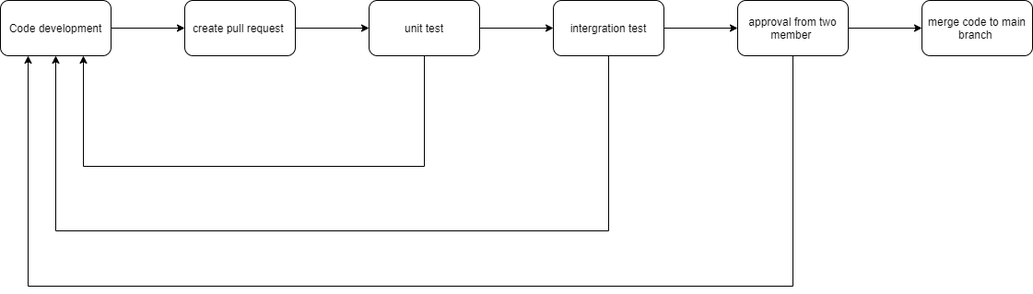
Big-Bytez/cse110-fa21-group19 keeps this draw.io diagram as admin/cipipeline/phase1.drawio.png. Above is the earlier version. Source tidied: cells renumbered, new cells last; positions are measured from the earlier drawing's top-left corner, leaving out a move shared by most shapes. The source it was exported from:
```xml
<mxGraphModel>
  <root>
    <mxCell id="0" />
    <mxCell id="1" parent="0" />
    <mxCell id="2" style="edgeStyle=orthogonalEdgeStyle;rounded=0;jettySize=auto;html=1;" parent="1" edge="1" source="3" target="5">
      <mxGeometry relative="1" as="geometry" />
    </mxCell>
    <mxCell id="3" value="Code development" style="rounded=1;whiteSpace=wrap;html=1;" parent="1" vertex="1">
      <mxGeometry width="120" height="60" as="geometry" />
    </mxCell>
    <mxCell id="4" style="edgeStyle=orthogonalEdgeStyle;rounded=0;jettySize=auto;html=1;" parent="1" edge="1" source="5" target="8">
      <mxGeometry relative="1" as="geometry" />
    </mxCell>
    <mxCell id="5" value="create pull request&amp;nbsp;" style="rounded=1;whiteSpace=wrap;html=1;" parent="1" vertex="1">
      <mxGeometry x="200" width="120" height="60" as="geometry" />
    </mxCell>
    <mxCell id="6" style="edgeStyle=orthogonalEdgeStyle;rounded=0;jettySize=auto;html=1;" parent="1" edge="1" source="8" target="11">
      <mxGeometry relative="1" as="geometry" />
    </mxCell>
    <mxCell id="7" style="edgeStyle=orthogonalEdgeStyle;rounded=0;jettySize=auto;html=1;exitX=0.5;exitY=1;exitDx=0;exitDy=0;entryX=0.75;entryY=1;entryDx=0;entryDy=0;" parent="1" edge="1" source="8" target="3">
      <mxGeometry relative="1" as="geometry">
        <Array as="points">
          <mxPoint x="460" y="180" />
          <mxPoint x="90" y="180" />
        </Array>
      </mxGeometry>
    </mxCell>
    <mxCell id="8" value="unit test" style="rounded=1;whiteSpace=wrap;html=1;" parent="1" vertex="1">
      <mxGeometry x="400" width="120" height="60" as="geometry" />
    </mxCell>
    <mxCell id="9" style="edgeStyle=orthogonalEdgeStyle;rounded=0;jettySize=auto;html=1;" parent="1" edge="1" source="11" target="14">
      <mxGeometry relative="1" as="geometry" />
    </mxCell>
    <mxCell id="10" style="edgeStyle=orthogonalEdgeStyle;rounded=0;jettySize=auto;html=1;exitX=0.5;exitY=1;exitDx=0;exitDy=0;entryX=0.5;entryY=1;entryDx=0;entryDy=0;" parent="1" edge="1" source="11" target="3">
      <mxGeometry relative="1" as="geometry">
        <Array as="points">
          <mxPoint x="660" y="250" />
          <mxPoint x="60" y="250" />
        </Array>
      </mxGeometry>
    </mxCell>
    <mxCell id="11" value="intergration test" style="rounded=1;whiteSpace=wrap;html=1;" parent="1" vertex="1">
      <mxGeometry x="600" width="120" height="60" as="geometry" />
    </mxCell>
    <mxCell id="12" style="edgeStyle=orthogonalEdgeStyle;rounded=0;jettySize=auto;html=1;exitX=0.5;exitY=1;exitDx=0;exitDy=0;entryX=0.25;entryY=1;entryDx=0;entryDy=0;" parent="1" edge="1" source="14" target="3">
      <mxGeometry relative="1" as="geometry">
        <Array as="points">
          <mxPoint x="860" y="310" />
          <mxPoint x="30" y="310" />
        </Array>
      </mxGeometry>
    </mxCell>
    <mxCell id="13" style="edgeStyle=orthogonalEdgeStyle;rounded=0;jettySize=auto;html=1;" parent="1" edge="1" source="14" target="15">
      <mxGeometry relative="1" as="geometry" />
    </mxCell>
    <mxCell id="14" value="approval from two member&amp;nbsp;" style="rounded=1;whiteSpace=wrap;html=1;" parent="1" vertex="1">
      <mxGeometry x="800" width="120" height="60" as="geometry" />
    </mxCell>
    <mxCell id="15" value="merge code to main branch&amp;nbsp;" style="whiteSpace=wrap;html=1;rounded=1;" parent="1" vertex="1">
      <mxGeometry x="1000" width="120" height="60" as="geometry" />
    </mxCell>
  </root>
</mxGraphModel>
```
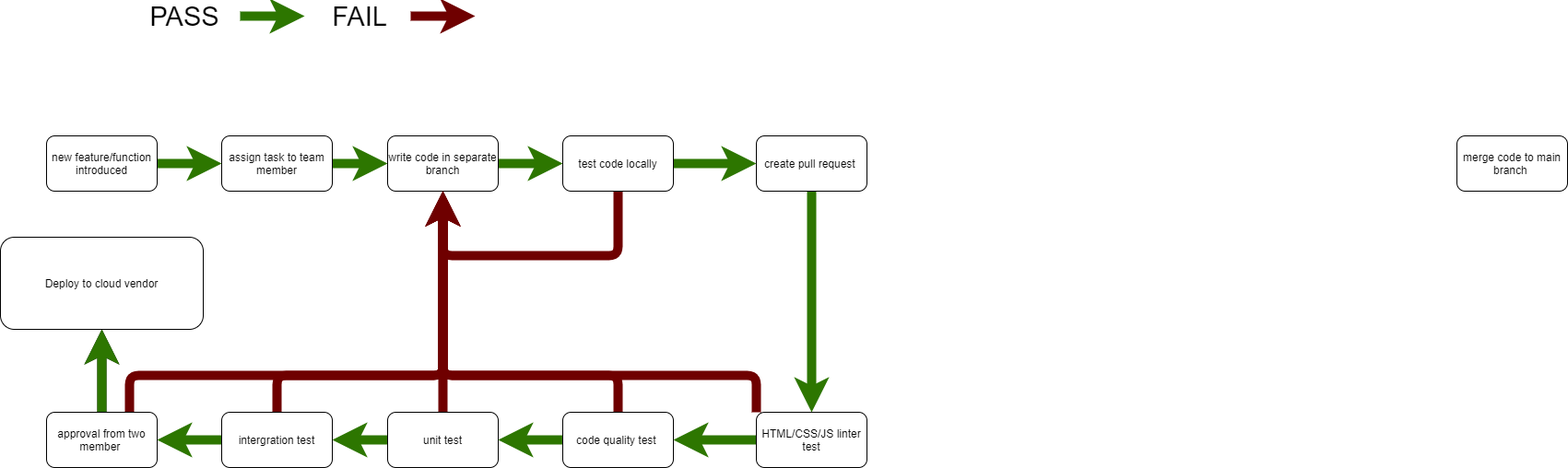
After the change.

Commit message:
updata cicd pipepline diagram

Change to the diagram source:
```diff
@@ -2,62 +2,143 @@
   <root>
     <mxCell id="0" />
     <mxCell id="1" parent="0" />
-    <mxCell id="2" style="edgeStyle=orthogonalEdgeStyle;rounded=0;jettySize=auto;html=1;" parent="1" edge="1" source="3" target="5">
-      <mxGeometry relative="1" as="geometry" />
+    <mxCell id="2" style="edgeStyle=orthogonalEdgeStyle;rounded=0;jettySize=auto;html=1;fillColor=#60a917;strokeColor=#2D7600;strokeWidth=10;" parent="1" edge="1" source="3" target="22">
+      <mxGeometry relative="1" as="geometry">
+        <Array as="points">
+          <mxPoint x="300" y="30" />
+        </Array>
+      </mxGeometry>
     </mxCell>
-    <mxCell id="3" value="Code development" style="rounded=1;whiteSpace=wrap;html=1;" parent="1" vertex="1">
+    <mxCell id="3" value="new feature/function introduced" style="rounded=1;whiteSpace=wrap;html=1;" parent="1" vertex="1">
       <mxGeometry width="120" height="60" as="geometry" />
     </mxCell>
-    <mxCell id="4" style="edgeStyle=orthogonalEdgeStyle;rounded=0;jettySize=auto;html=1;" parent="1" edge="1" source="5" target="8">
+    <mxCell id="4" style="edgeStyle=orthogonalEdgeStyle;rounded=0;jettySize=auto;html=1;fillColor=#60a917;strokeColor=#2D7600;strokeWidth=10;" parent="1" edge="1" source="5" target="33">
       <mxGeometry relative="1" as="geometry" />
     </mxCell>
     <mxCell id="5" value="create pull request&amp;nbsp;" style="rounded=1;whiteSpace=wrap;html=1;" parent="1" vertex="1">
-      <mxGeometry x="200" width="120" height="60" as="geometry" />
+      <mxGeometry x="770" width="120" height="60" as="geometry" />
     </mxCell>
-    <mxCell id="6" style="edgeStyle=orthogonalEdgeStyle;rounded=0;jettySize=auto;html=1;" parent="1" edge="1" source="8" target="11">
+    <mxCell id="6" style="edgeStyle=orthogonalEdgeStyle;rounded=0;jettySize=auto;html=1;strokeWidth=10;fillColor=#60a917;strokeColor=#2D7600;" parent="1" edge="1" source="8" target="11">
       <mxGeometry relative="1" as="geometry" />
     </mxCell>
-    <mxCell id="7" style="edgeStyle=orthogonalEdgeStyle;rounded=0;jettySize=auto;html=1;exitX=0.5;exitY=1;exitDx=0;exitDy=0;entryX=0.75;entryY=1;entryDx=0;entryDy=0;" parent="1" edge="1" source="8" target="3">
-      <mxGeometry relative="1" as="geometry">
-        <Array as="points">
-          <mxPoint x="460" y="180" />
-          <mxPoint x="90" y="180" />
-        </Array>
-      </mxGeometry>
-    </mxCell>
+    <mxCell id="16" style="edgeStyle=none;html=1;exitX=0.5;exitY=0;exitDx=0;exitDy=0;entryX=0.5;entryY=1;entryDx=0;entryDy=0;strokeWidth=10;fillColor=#a20025;strokeColor=#6F0000;" parent="1" edge="1" source="8" target="24">
+      <mxGeometry relative="1" as="geometry" />
+    </mxCell>
     <mxCell id="8" value="unit test" style="rounded=1;whiteSpace=wrap;html=1;" parent="1" vertex="1">
-      <mxGeometry x="400" width="120" height="60" as="geometry" />
+      <mxGeometry x="370" y="300" width="120" height="60" as="geometry" />
     </mxCell>
-    <mxCell id="9" style="edgeStyle=orthogonalEdgeStyle;rounded=0;jettySize=auto;html=1;" parent="1" edge="1" source="11" target="14">
+    <mxCell id="9" style="edgeStyle=none;html=1;strokeWidth=10;fillColor=#60a917;strokeColor=#2D7600;" parent="1" edge="1" source="11" target="14">
       <mxGeometry relative="1" as="geometry" />
     </mxCell>
-    <mxCell id="10" style="edgeStyle=orthogonalEdgeStyle;rounded=0;jettySize=auto;html=1;exitX=0.5;exitY=1;exitDx=0;exitDy=0;entryX=0.5;entryY=1;entryDx=0;entryDy=0;" parent="1" edge="1" source="11" target="3">
-      <mxGeometry relative="1" as="geometry">
-        <Array as="points">
-          <mxPoint x="660" y="250" />
-          <mxPoint x="60" y="250" />
-        </Array>
-      </mxGeometry>
-    </mxCell>
+    <mxCell id="17" style="edgeStyle=none;html=1;exitX=0.5;exitY=0;exitDx=0;exitDy=0;strokeWidth=10;fillColor=#a20025;strokeColor=#6F0000;" parent="1" edge="1" source="11">
+      <mxGeometry relative="1" as="geometry">
+        <mxPoint x="430" y="60" as="targetPoint" />
+        <Array as="points">
+          <mxPoint x="250" y="260" />
+          <mxPoint x="430" y="260" />
+        </Array>
+      </mxGeometry>
+    </mxCell>
     <mxCell id="11" value="intergration test" style="rounded=1;whiteSpace=wrap;html=1;" parent="1" vertex="1">
-      <mxGeometry x="600" width="120" height="60" as="geometry" />
+      <mxGeometry x="190" y="300" width="120" height="60" as="geometry" />
     </mxCell>
-    <mxCell id="12" style="edgeStyle=orthogonalEdgeStyle;rounded=0;jettySize=auto;html=1;exitX=0.5;exitY=1;exitDx=0;exitDy=0;entryX=0.25;entryY=1;entryDx=0;entryDy=0;" parent="1" edge="1" source="14" target="3">
-      <mxGeometry relative="1" as="geometry">
-        <Array as="points">
-          <mxPoint x="860" y="310" />
-          <mxPoint x="30" y="310" />
-        </Array>
-      </mxGeometry>
-    </mxCell>
-    <mxCell id="13" style="edgeStyle=orthogonalEdgeStyle;rounded=0;jettySize=auto;html=1;" parent="1" edge="1" source="14" target="15">
-      <mxGeometry relative="1" as="geometry" />
-    </mxCell>
+    <mxCell id="18" style="edgeStyle=none;html=1;strokeWidth=10;" parent="1" edge="1" source="14" target="34">
+      <mxGeometry relative="1" as="geometry" />
+    </mxCell>
+    <mxCell id="19" style="edgeStyle=none;html=1;strokeWidth=10;fillColor=#60a917;strokeColor=#2D7600;" parent="1" edge="1" source="14" target="34">
+      <mxGeometry relative="1" as="geometry" />
+    </mxCell>
+    <mxCell id="20" style="edgeStyle=none;html=1;exitX=0.75;exitY=0;exitDx=0;exitDy=0;strokeWidth=10;fillColor=#a20025;strokeColor=#6F0000;" parent="1" edge="1" source="14">
+      <mxGeometry relative="1" as="geometry">
+        <mxPoint x="430" y="60" as="targetPoint" />
+        <Array as="points">
+          <mxPoint x="90" y="260" />
+          <mxPoint x="430" y="260" />
+        </Array>
+      </mxGeometry>
+    </mxCell>
     <mxCell id="14" value="approval from two member&amp;nbsp;" style="rounded=1;whiteSpace=wrap;html=1;" parent="1" vertex="1">
-      <mxGeometry x="800" width="120" height="60" as="geometry" />
+      <mxGeometry y="300" width="120" height="60" as="geometry" />
     </mxCell>
     <mxCell id="15" value="merge code to main branch&amp;nbsp;" style="whiteSpace=wrap;html=1;rounded=1;" parent="1" vertex="1">
-      <mxGeometry x="1000" width="120" height="60" as="geometry" />
+      <mxGeometry x="1530" width="120" height="60" as="geometry" />
     </mxCell>
+    <mxCell id="21" style="edgeStyle=none;html=1;strokeWidth=10;fillColor=#60a917;strokeColor=#2D7600;" parent="1" edge="1" source="22" target="24">
+      <mxGeometry relative="1" as="geometry" />
+    </mxCell>
+    <mxCell id="22" value="assign task to team member" style="rounded=1;whiteSpace=wrap;html=1;" parent="1" vertex="1">
+      <mxGeometry x="190" width="120" height="60" as="geometry" />
+    </mxCell>
+    <mxCell id="23" style="edgeStyle=none;html=1;strokeWidth=10;fillColor=#60a917;strokeColor=#2D7600;" parent="1" edge="1" source="24" target="27">
+      <mxGeometry relative="1" as="geometry" />
+    </mxCell>
+    <mxCell id="24" value="write code in separate branch" style="whiteSpace=wrap;html=1;rounded=1;" parent="1" vertex="1">
+      <mxGeometry x="370" width="120" height="60" as="geometry" />
+    </mxCell>
+    <mxCell id="25" style="edgeStyle=none;html=1;strokeWidth=10;fillColor=#60a917;strokeColor=#2D7600;" parent="1" edge="1" source="27" target="5">
+      <mxGeometry relative="1" as="geometry" />
+    </mxCell>
+    <mxCell id="26" style="edgeStyle=none;html=1;entryX=0.5;entryY=1;entryDx=0;entryDy=0;strokeWidth=10;fillColor=#a20025;strokeColor=#6F0000;" parent="1" edge="1" source="27" target="24">
+      <mxGeometry relative="1" as="geometry">
+        <Array as="points">
+          <mxPoint x="620" y="130" />
+          <mxPoint x="560" y="130" />
+          <mxPoint x="430" y="130" />
+          <mxPoint x="430" y="100" />
+        </Array>
+      </mxGeometry>
+    </mxCell>
+    <mxCell id="27" value="test code locally" style="whiteSpace=wrap;html=1;rounded=1;" parent="1" vertex="1">
+      <mxGeometry x="560" width="120" height="60" as="geometry" />
+    </mxCell>
+    <mxCell id="28" style="edgeStyle=none;html=1;strokeWidth=10;fillColor=#60a917;strokeColor=#2D7600;" parent="1" edge="1" source="30" target="8">
+      <mxGeometry relative="1" as="geometry" />
+    </mxCell>
+    <mxCell id="29" style="edgeStyle=none;html=1;entryX=0.5;entryY=1;entryDx=0;entryDy=0;strokeWidth=10;fillColor=#a20025;strokeColor=#6F0000;" parent="1" edge="1" source="30" target="24">
+      <mxGeometry relative="1" as="geometry">
+        <Array as="points">
+          <mxPoint x="620" y="260" />
+          <mxPoint x="430" y="260" />
+        </Array>
+      </mxGeometry>
+    </mxCell>
+    <mxCell id="30" value="code quality test&amp;nbsp;" style="rounded=1;whiteSpace=wrap;html=1;" parent="1" vertex="1">
+      <mxGeometry x="560" y="300" width="120" height="60" as="geometry" />
+    </mxCell>
+    <mxCell id="31" style="edgeStyle=none;html=1;strokeWidth=10;fillColor=#60a917;strokeColor=#2D7600;" parent="1" edge="1" source="33" target="30">
+      <mxGeometry relative="1" as="geometry" />
+    </mxCell>
+    <mxCell id="32" style="edgeStyle=none;html=1;exitX=0;exitY=0;exitDx=0;exitDy=0;strokeWidth=10;entryX=0.5;entryY=1;entryDx=0;entryDy=0;fillColor=#a20025;strokeColor=#6F0000;" parent="1" edge="1" source="33" target="24">
+      <mxGeometry relative="1" as="geometry">
+        <Array as="points">
+          <mxPoint x="770" y="260" />
+          <mxPoint x="430" y="260" />
+        </Array>
+      </mxGeometry>
+    </mxCell>
+    <mxCell id="33" value="&lt;span&gt;HTML/CSS/JS linter test&lt;/span&gt;" style="rounded=1;whiteSpace=wrap;html=1;" parent="1" vertex="1">
+      <mxGeometry x="770" y="300" width="120" height="60" as="geometry" />
+    </mxCell>
+    <mxCell id="34" value="Deploy to cloud vendor" style="whiteSpace=wrap;html=1;rounded=1;" parent="1" vertex="1">
+      <mxGeometry x="-50" y="110" width="220" height="100" as="geometry" />
+    </mxCell>
+    <mxCell id="35" style="endArrow=classic;html=1;strokeWidth=10;fillColor=#60a917;strokeColor=#2D7600;" parent="1" edge="1">
+      <mxGeometry relative="1" as="geometry">
+        <mxPoint x="210" y="-130" as="sourcePoint" />
+        <mxPoint x="280" y="-130" as="targetPoint" />
+      </mxGeometry>
+    </mxCell>
+    <mxCell id="36" style="endArrow=classic;html=1;strokeWidth=10;fillColor=#a20025;strokeColor=#6F0000;" parent="1" edge="1">
+      <mxGeometry relative="1" as="geometry">
+        <mxPoint x="395" y="-130" as="sourcePoint" />
+        <mxPoint x="465" y="-130" as="targetPoint" />
+      </mxGeometry>
+    </mxCell>
+    <mxCell id="37" value="PASS" style="text;html=1;strokeColor=none;fillColor=none;align=center;verticalAlign=middle;whiteSpace=wrap;rounded=0;strokeWidth=3;fontSize=29;" parent="1" vertex="1">
+      <mxGeometry x="130" y="-140" width="40" height="20" as="geometry" />
+    </mxCell>
+    <mxCell id="38" value="FAIL" style="text;html=1;strokeColor=none;fillColor=none;align=center;verticalAlign=middle;whiteSpace=wrap;rounded=0;fontSize=29;" parent="1" vertex="1">
+      <mxGeometry x="320" y="-140" width="40" height="20" as="geometry" />
+    </mxCell>
   </root>
 </mxGraphModel>
```
